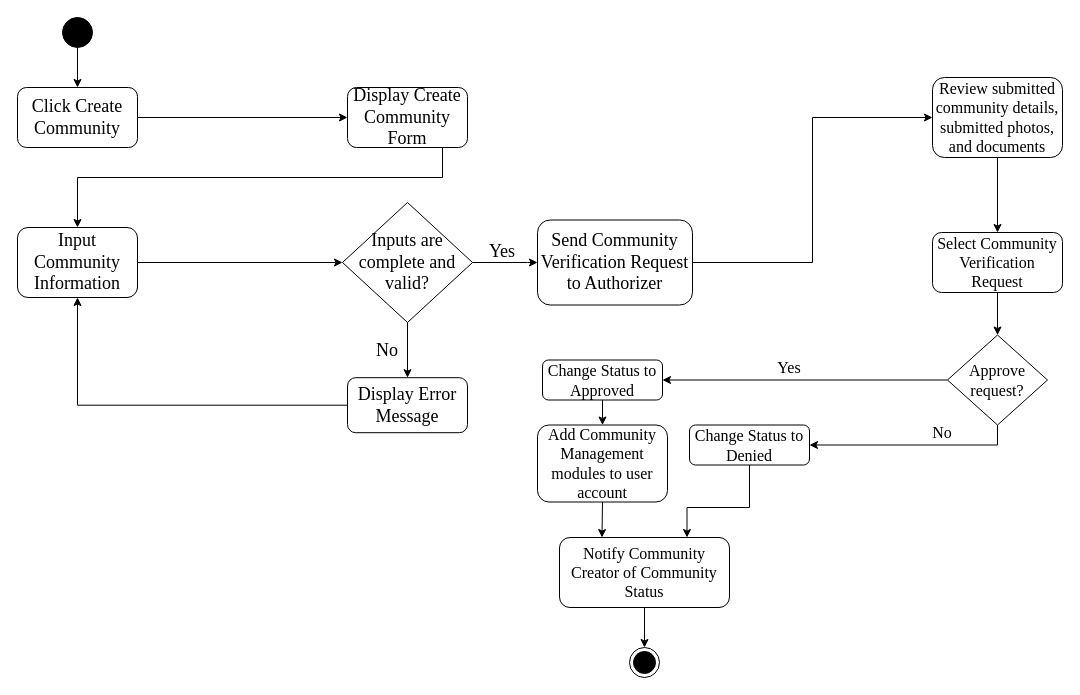
The draw.io diagram page "CommunityCreation" (5 of 12) of ConnexUs_Chap3.drawio in gvillanueva01/ConnexUs_diagrams, before the edit. Source tidied: cells renumbered, new cells numbered last; positions are measured from the earlier drawing's top-left corner, leaving out a move shared by most shapes. Both pictures are drawn from the tidied source at 100%, with x=0, y=0 at pixel (17, 17).
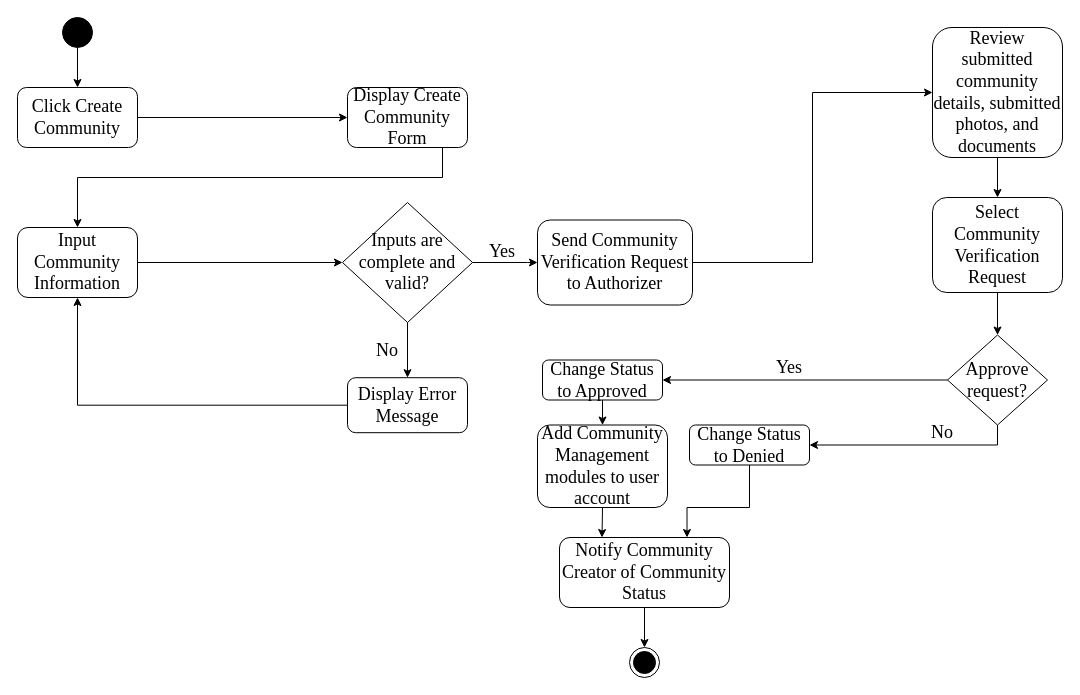
Above is the later version.

The change refers to these unchanged cells:
```xml
<mxCell id="4" value="Click Create Community" style="rounded=1;whiteSpace=wrap;html=1;fontFamily=Times New Roman;fontSize=18;" parent="1" vertex="1">
  <mxGeometry y="70" width="120" height="60" as="geometry" />
</mxCell>
<mxCell id="6" value="Display Create Community Form" style="rounded=1;whiteSpace=wrap;html=1;fontFamily=Times New Roman;fontSize=18;" parent="1" vertex="1">
  <mxGeometry x="330" y="70" width="120" height="60" as="geometry" />
</mxCell>
<mxCell id="12" style="ellipse;html=1;shape=endState;fillColor=strokeColor;fontSize=18;" parent="1" vertex="1">
  <mxGeometry x="612" y="630" width="30" height="30" as="geometry" />
</mxCell>
```

Diff of the diagram source:
```diff
@@
-    <mxCell id="15" style="endArrow=classic;html=1;rounded=0;exitX=1;exitY=0.5;exitDx=0;exitDy=0;entryX=0;entryY=0.5;entryDx=0;entryDy=0;" parent="1" edge="1" source="4" target="6">
+    <mxCell id="15" style="endArrow=classic;html=1;rounded=0;exitX=1;exitY=0.5;exitDx=0;exitDy=0;entryX=0;entryY=0.5;entryDx=0;entryDy=0;fontSize=18;" parent="1" edge="1" source="4" target="6">
       <mxGeometry relative="1" as="geometry" />
     </mxCell>
@@
-    <mxCell id="19" value="Select Community Verification Request" style="rounded=1;whiteSpace=wrap;html=1;fontFamily=Times New Roman;fontSize=16;" parent="1" vertex="1">
-      <mxGeometry x="915" y="215" width="130" height="60" as="geometry" />
+    <mxCell id="19" value="Select Community Verification Request" style="rounded=1;whiteSpace=wrap;html=1;fontFamily=Times New Roman;fontSize=18;" parent="1" vertex="1">
+      <mxGeometry x="915" y="180" width="130" height="95" as="geometry" />
     </mxCell>
@@
-    <mxCell id="21" value="&lt;font face=&quot;Times New Roman&quot; style=&quot;font-size: 16px;&quot;&gt;Approve request?&lt;/font&gt;" style="shape=rhombus;html=1;dashed=0;whiteSpace=wrap;perimeter=rhombusPerimeter;fontSize=16;" parent="1" vertex="1">
+    <mxCell id="21" value="&lt;font face=&quot;Times New Roman&quot; style=&quot;font-size: 18px;&quot;&gt;Approve request?&lt;/font&gt;" style="shape=rhombus;html=1;dashed=0;whiteSpace=wrap;perimeter=rhombusPerimeter;fontSize=18;" parent="1" vertex="1">
       <mxGeometry x="930" y="317.5" width="100" height="90" as="geometry" />
     </mxCell>
@@
-    <mxCell id="23" value="Change Status to Denied" style="rounded=1;whiteSpace=wrap;html=1;fontFamily=Times New Roman;fontSize=16;" parent="1" vertex="1">
+    <mxCell id="23" value="Change Status to Denied" style="rounded=1;whiteSpace=wrap;html=1;fontFamily=Times New Roman;fontSize=18;" parent="1" vertex="1">
       <mxGeometry x="672" y="407.5" width="120" height="40" as="geometry" />
     </mxCell>
-    <mxCell id="24" value="Change Status to Approved" style="rounded=1;whiteSpace=wrap;html=1;fontFamily=Times New Roman;fontSize=16;" parent="1" vertex="1">
+    <mxCell id="24" value="Change Status to Approved" style="rounded=1;whiteSpace=wrap;html=1;fontFamily=Times New Roman;fontSize=18;" parent="1" vertex="1">
       <mxGeometry x="525" y="342.5" width="120" height="40" as="geometry" />
     </mxCell>
-    <mxCell id="25" style="edgeStyle=orthogonalEdgeStyle;rounded=0;jettySize=auto;html=1;exitX=0.5;exitY=1;exitDx=0;exitDy=0;entryX=0.5;entryY=0;entryDx=0;entryDy=0;" parent="1" edge="1" source="26" target="12">
+    <mxCell id="25" style="edgeStyle=orthogonalEdgeStyle;rounded=0;jettySize=auto;html=1;exitX=0.5;exitY=1;exitDx=0;exitDy=0;entryX=0.5;entryY=0;entryDx=0;entryDy=0;fontSize=18;" parent="1" edge="1" source="26" target="12">
       <mxGeometry relative="1" as="geometry" />
     </mxCell>
-    <mxCell id="26" value="Notify Community Creator of Community Status" style="rounded=1;whiteSpace=wrap;html=1;fontFamily=Times New Roman;fontSize=16;" parent="1" vertex="1">
+    <mxCell id="26" value="Notify Community Creator of Community Status" style="rounded=1;whiteSpace=wrap;html=1;fontFamily=Times New Roman;fontSize=18;" parent="1" vertex="1">
       <mxGeometry x="542" y="520" width="170" height="70" as="geometry" />
     </mxCell>
@@
-    <mxCell id="31" value="Review submitted community details, submitted photos, and documents" style="rounded=1;whiteSpace=wrap;html=1;fontFamily=Times New Roman;fontSize=16;" parent="1" vertex="1">
-      <mxGeometry x="915" y="60" width="130" height="80" as="geometry" />
+    <mxCell id="31" value="Review submitted community details, submitted photos, and documents" style="rounded=1;whiteSpace=wrap;html=1;fontFamily=Times New Roman;fontSize=18;" parent="1" vertex="1">
+      <mxGeometry x="915" y="10" width="130" height="130" as="geometry" />
     </mxCell>
@@
-    <mxCell id="33" value="Yes" style="text;html=1;strokeColor=none;fillColor=none;align=center;verticalAlign=middle;whiteSpace=wrap;rounded=0;fontFamily=Times New Roman;fontSize=16;" parent="1" vertex="1">
+    <mxCell id="33" value="Yes" style="text;html=1;strokeColor=none;fillColor=none;align=center;verticalAlign=middle;whiteSpace=wrap;rounded=0;fontFamily=Times New Roman;fontSize=18;" parent="1" vertex="1">
       <mxGeometry x="742" y="335" width="60" height="30" as="geometry" />
     </mxCell>
-    <mxCell id="34" value="No" style="text;html=1;strokeColor=none;fillColor=none;align=center;verticalAlign=middle;whiteSpace=wrap;rounded=0;fontFamily=Times New Roman;fontSize=16;" parent="1" vertex="1">
+    <mxCell id="34" value="No" style="text;html=1;strokeColor=none;fillColor=none;align=center;verticalAlign=middle;whiteSpace=wrap;rounded=0;fontFamily=Times New Roman;fontSize=18;" parent="1" vertex="1">
       <mxGeometry x="895" y="400" width="60" height="30" as="geometry" />
     </mxCell>
@@
-    <mxCell id="36" value="Add Community Management modules to user account" style="rounded=1;whiteSpace=wrap;html=1;fontFamily=Times New Roman;fontSize=16;" parent="1" vertex="1">
-      <mxGeometry x="520" y="407.5" width="130" height="77" as="geometry" />
+    <mxCell id="36" value="Add Community Management modules to user account" style="rounded=1;whiteSpace=wrap;html=1;fontFamily=Times New Roman;fontSize=18;" parent="1" vertex="1">
+      <mxGeometry x="520" y="407.5" width="130" height="82.5" as="geometry" />
     </mxCell>
```
